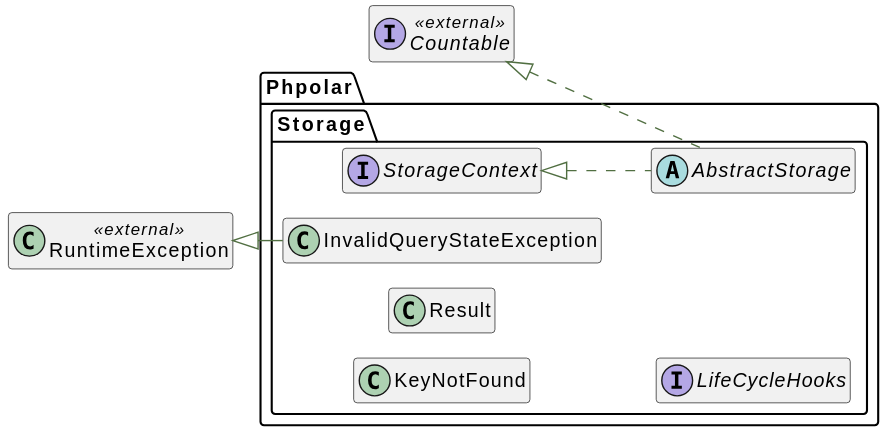
The PlantUML diagram docs/graphs/classes.svg in phpolar/storage, before a commit.
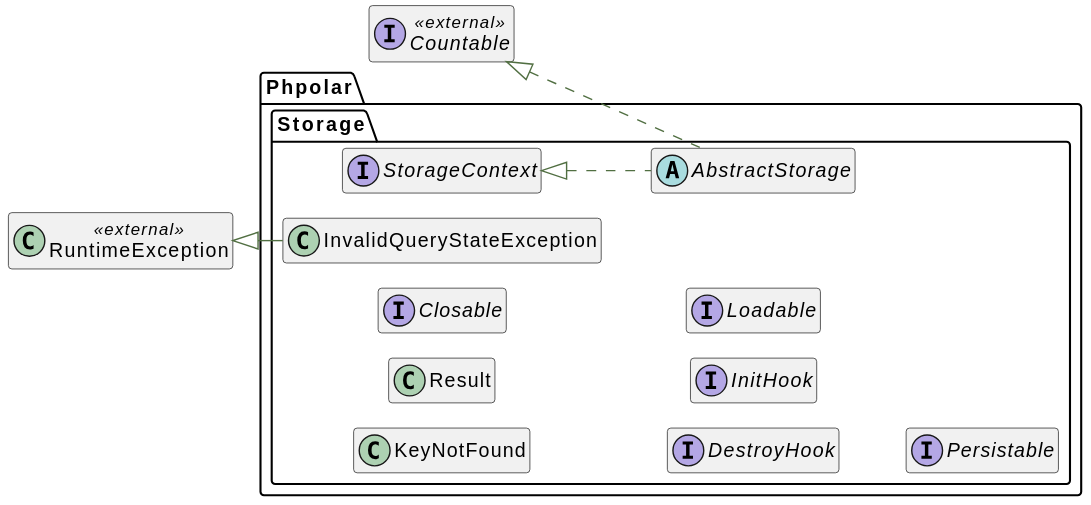
Above is the later version.

Diff of the diagram source:
```diff
@@ -38,7 +38,23 @@
     }
 }
 namespace Phpolar\\Storage {
-    interface "LifeCycleHooks" as LifeCycleHooks__interface  {
+    interface "Closable" as Closable__interface  {
+    }
+}
+namespace Phpolar\\Storage {
+    interface "DestroyHook" as DestroyHook__interface  {
+    }
+}
+namespace Phpolar\\Storage {
+    interface "InitHook" as InitHook__interface  {
+    }
+}
+namespace Phpolar\\Storage {
+    interface "Loadable" as Loadable__interface  {
+    }
+}
+namespace Phpolar\\Storage {
+    interface "Persistable" as Persistable__interface  {
     }
 }
 @enduml
```
